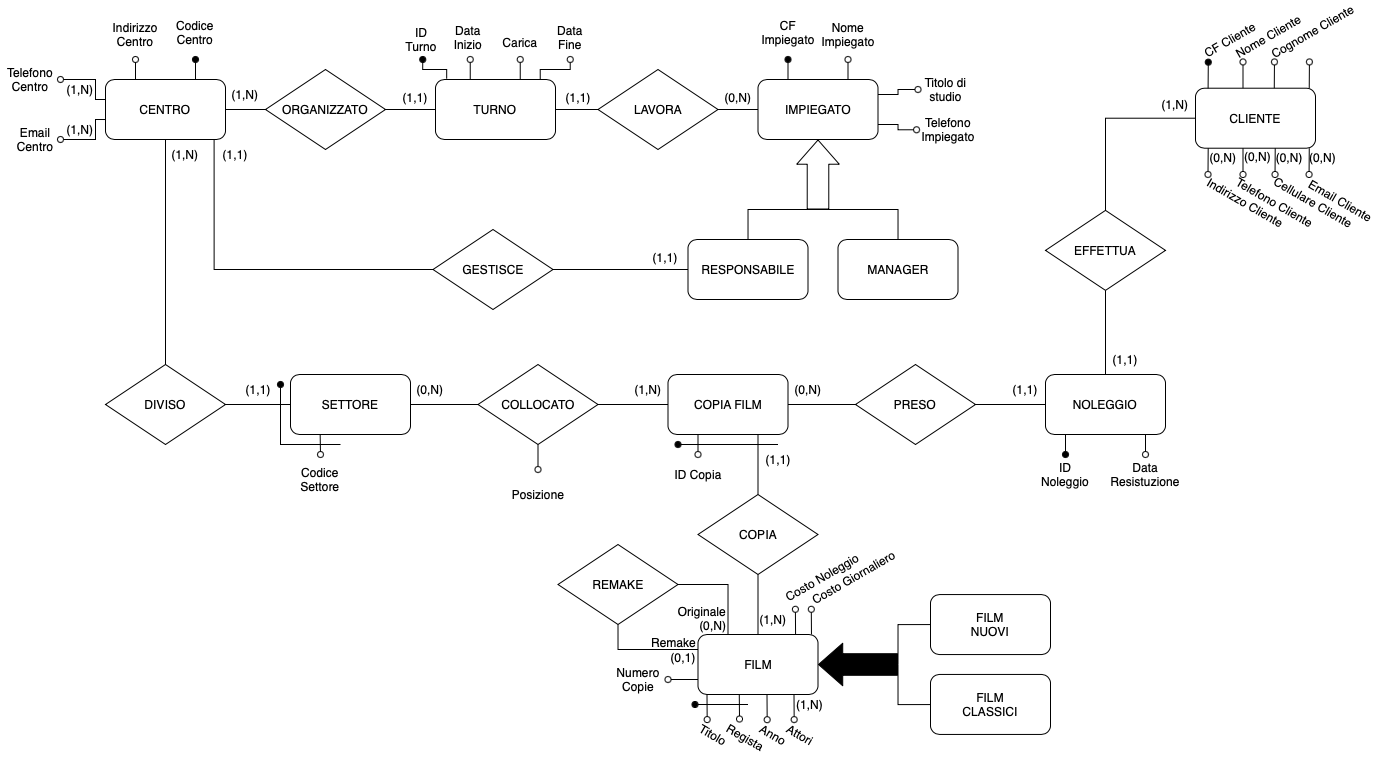
pierpaolospaziani/BasiDiDati keeps this draw.io diagram as E-R Diagrams/E-R.png. Above is the earlier version. Source tidied: cells renumbered, new cells last; positions are measured from the earlier drawing's top-left corner, leaving out a move shared by most shapes.
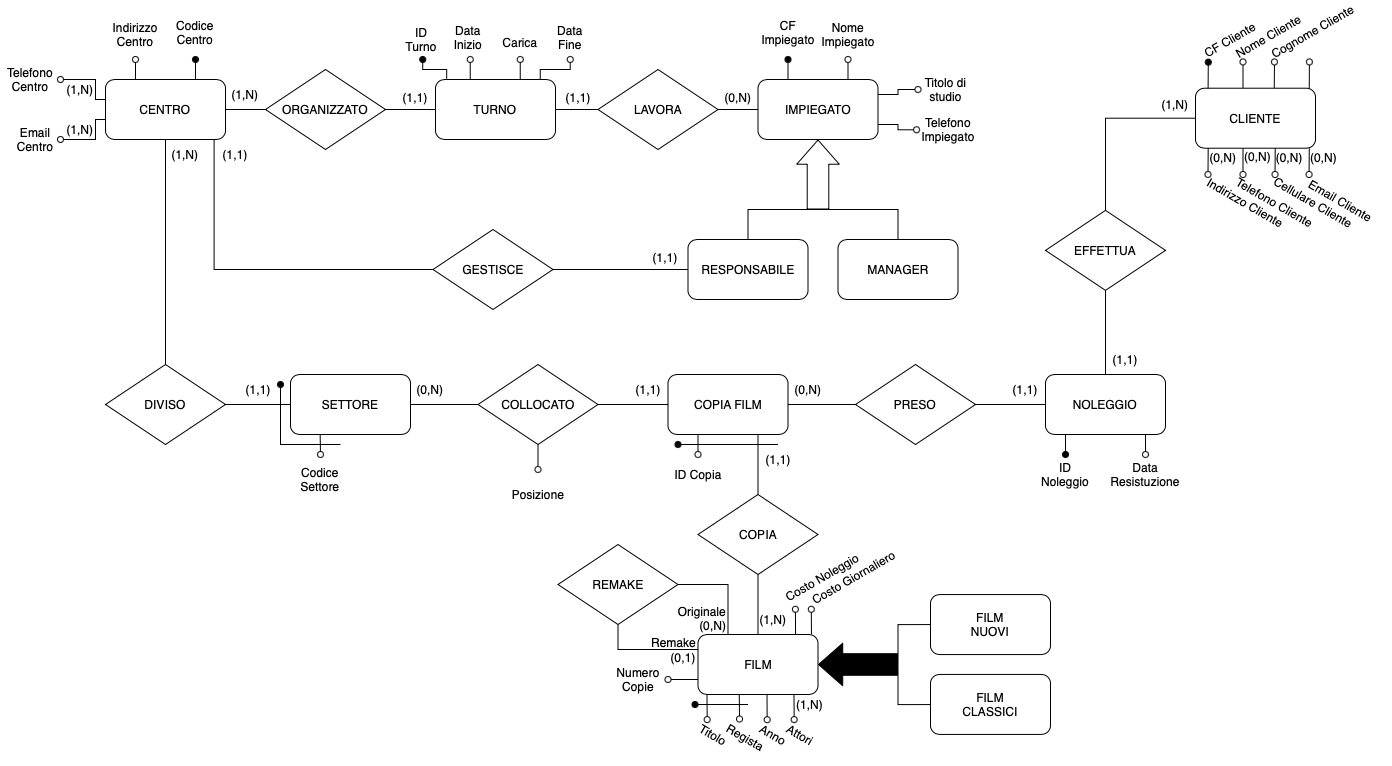
After the change.

Diff of the diagram source:
```diff
@@ -402,7 +402,7 @@
     <mxCell id="105" value="(1,1)" style="text;html=1;strokeColor=none;fillColor=none;align=center;verticalAlign=middle;whiteSpace=wrap;rounded=0;" parent="100" vertex="1">
       <mxGeometry x="130" y="70" width="40" height="30" as="geometry" />
     </mxCell>
-    <mxCell id="106" value="(1,N)" style="text;html=1;strokeColor=none;fillColor=none;align=center;verticalAlign=middle;whiteSpace=wrap;rounded=0;" parent="100" vertex="1">
+    <mxCell id="106" value="(1,1)" style="text;html=1;strokeColor=none;fillColor=none;align=center;verticalAlign=middle;whiteSpace=wrap;rounded=0;" parent="100" vertex="1">
       <mxGeometry width="40" height="30" as="geometry" />
     </mxCell>
     <mxCell id="107" value="(0,N)" style="text;html=1;strokeColor=none;fillColor=none;align=center;verticalAlign=middle;whiteSpace=wrap;rounded=0;" parent="100" vertex="1">
```
